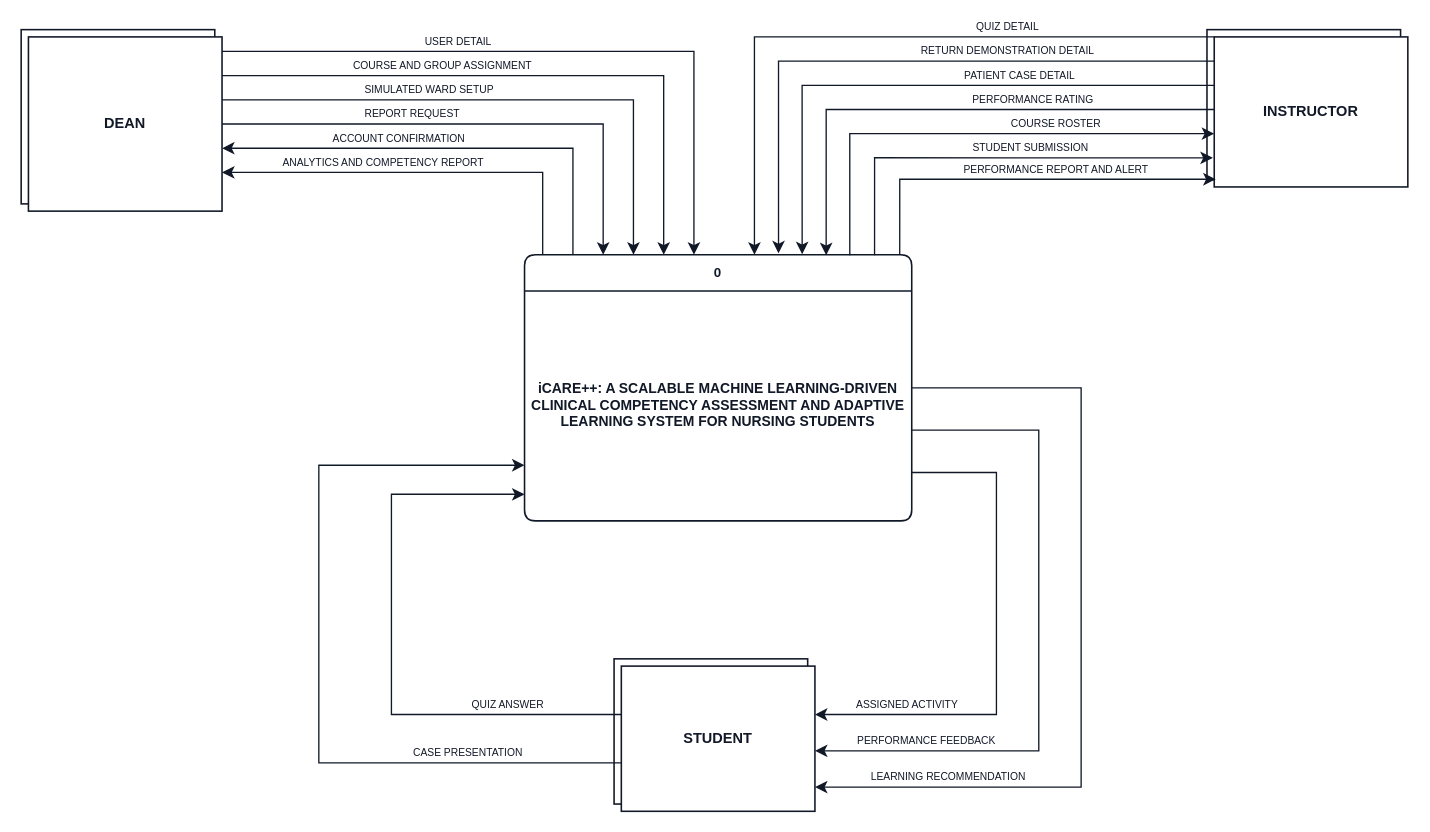
mdk-zero/icare keeps this draw.io diagram as docs/diagrams/context-diagram.drawio. Above is the earlier version. Source tidied: cells renumbered, new cells numbered last; positions are measured from the earlier drawing's top-left corner, leaving out a move shared by most shapes. Both pictures are drawn from the tidied source at 121%, with x=0, y=0 at pixel (21, 29).
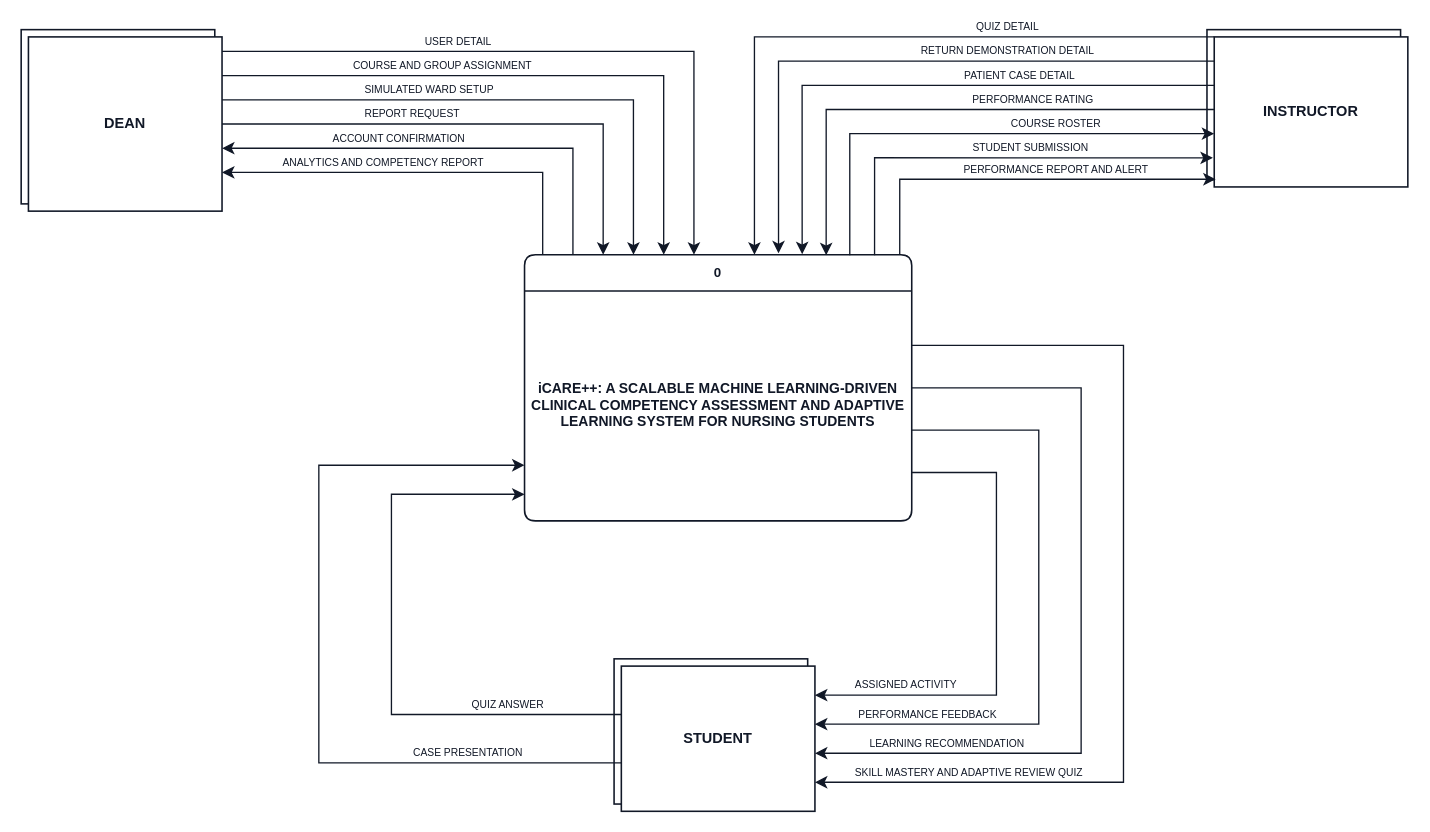
The same diagram, later.

The change refers to these unchanged cells:
```xml
<mxCell id="2" value="0" style="swimlane;rounded=1;arcSize=10;startSize=30;html=1;whiteSpace=wrap;fillColor=#ffffff;swimlaneFillColor=#ffffff;strokeColor=#111827;strokeWidth=1.3;fontSize=11;fontStyle=1;fontColor=#111827;fontFamily=Helvetica;" parent="1" vertex="1">
  <mxGeometry x="416" y="186" width="320" height="220" as="geometry" />
</mxCell>
<mxCell id="12" value="STUDENT" style="rounded=0;html=1;whiteSpace=wrap;fillColor=#ffffff;strokeColor=#111827;strokeWidth=1.3;fontFamily=Helvetica;fontSize=12;fontStyle=1;fontColor=#111827;" parent="10" vertex="1">
  <mxGeometry x="6" y="6" width="160" height="120" as="geometry" />
</mxCell>
```

The edit, as a diff of the source:
```diff
@@
+    <mxCell id="31" value="SKILL MASTERY AND ADAPTIVE REVIEW QUIZ" style="edgeStyle=orthogonalEdgeStyle;rounded=0;html=1;jumpStyle=arc;jumpSize=9;strokeColor=#111827;strokeWidth=1.1;endArrow=classic;endFill=1;endSize=7;fontSize=8.5;fontColor=#111827;labelBackgroundColor=#ffffff;fontFamily=Helvetica;exitX=1;exitY=0.3409;exitDx=0;exitDy=0;entryX=1;entryY=0.8;entryDx=0;entryDy=0;" parent="1" edge="1" source="2" target="12">
+      <mxGeometry x="0.68" relative="1" as="geometry">
+        <Array as="points">
+          <mxPoint x="911" y="261" />
+          <mxPoint x="911" y="622" />
+        </Array>
+        <mxPoint y="-8" as="offset" />
+      </mxGeometry>
+    </mxCell>
-    <mxCell id="26" value="LEARNING RECOMMENDATION" style="edgeStyle=orthogonalEdgeStyle;rounded=0;html=1;jumpStyle=arc;jumpSize=9;strokeColor=#111827;strokeWidth=1.1;endArrow=classic;endFill=1;endSize=7;fontSize=8.5;fontColor=#111827;labelBackgroundColor=#ffffff;fontFamily=Helvetica;exitX=1;exitY=0.5;exitDx=0;exitDy=0;entryX=1;entryY=0.8333;entryDx=0;entryDy=0;" parent="1" edge="1" source="2" target="12">
-      <mxGeometry x="0.68" relative="1" as="geometry">
+    <mxCell id="26" value="LEARNING RECOMMENDATION" style="edgeStyle=orthogonalEdgeStyle;rounded=0;html=1;jumpStyle=arc;jumpSize=9;strokeColor=#111827;strokeWidth=1.1;endArrow=classic;endFill=1;endSize=7;fontSize=8.5;fontColor=#111827;labelBackgroundColor=#ffffff;fontFamily=Helvetica;exitX=1;exitY=0.5;exitDx=0;exitDy=0;entryX=1;entryY=0.6;entryDx=0;entryDy=0;" parent="1" edge="1" source="2" target="12">
+      <mxGeometry x="0.67" relative="1" as="geometry">
         <Array as="points">
           <mxPoint x="876" y="296" />
-          <mxPoint x="876" y="626" />
+          <mxPoint x="876" y="598" />
         </Array>
         <mxPoint y="-8" as="offset" />
       </mxGeometry>
     </mxCell>
-    <mxCell id="27" value="PERFORMANCE FEEDBACK" style="edgeStyle=orthogonalEdgeStyle;rounded=0;html=1;jumpStyle=arc;jumpSize=9;strokeColor=#111827;strokeWidth=1.1;endArrow=classic;endFill=1;endSize=7;fontSize=8.5;fontColor=#111827;labelBackgroundColor=#ffffff;fontFamily=Helvetica;exitX=1;exitY=0.6591;exitDx=0;exitDy=0;entryX=1;entryY=0.5833;entryDx=0;entryDy=0;" parent="1" edge="1" source="2" target="12">
-      <mxGeometry x="0.67" relative="1" as="geometry">
+    <mxCell id="27" value="PERFORMANCE FEEDBACK" style="edgeStyle=orthogonalEdgeStyle;rounded=0;html=1;jumpStyle=arc;jumpSize=9;strokeColor=#111827;strokeWidth=1.1;endArrow=classic;endFill=1;endSize=7;fontSize=8.5;fontColor=#111827;labelBackgroundColor=#ffffff;fontFamily=Helvetica;exitX=1;exitY=0.6591;exitDx=0;exitDy=0;entryX=1;entryY=0.4;entryDx=0;entryDy=0;" parent="1" edge="1" source="2" target="12">
+      <mxGeometry x="0.65" relative="1" as="geometry">
         <Array as="points">
           <mxPoint x="841" y="331" />
-          <mxPoint x="841" y="596" />
+          <mxPoint x="841" y="574" />
         </Array>
         <mxPoint y="-8" as="offset" />
       </mxGeometry>
     </mxCell>
-    <mxCell id="28" value="ASSIGNED ACTIVITY" style="edgeStyle=orthogonalEdgeStyle;rounded=0;html=1;jumpStyle=arc;jumpSize=9;strokeColor=#111827;strokeWidth=1.1;endArrow=classic;endFill=1;endSize=7;fontSize=8.5;fontColor=#111827;labelBackgroundColor=#ffffff;fontFamily=Helvetica;exitX=1;exitY=0.8182;exitDx=0;exitDy=0;entryX=1;entryY=0.3333;entryDx=0;entryDy=0;" parent="1" edge="1" source="2" target="12">
-      <mxGeometry x="0.64" relative="1" as="geometry">
+    <mxCell id="28" value="ASSIGNED ACTIVITY" style="edgeStyle=orthogonalEdgeStyle;rounded=0;html=1;jumpStyle=arc;jumpSize=9;strokeColor=#111827;strokeWidth=1.1;endArrow=classic;endFill=1;endSize=7;fontSize=8.5;fontColor=#111827;labelBackgroundColor=#ffffff;fontFamily=Helvetica;exitX=1;exitY=0.8182;exitDx=0;exitDy=0;entryX=1;entryY=0.2;entryDx=0;entryDy=0;" parent="1" edge="1" source="2" target="12">
+      <mxGeometry x="0.63" relative="1" as="geometry">
         <Array as="points">
           <mxPoint x="806" y="366" />
-          <mxPoint x="806" y="566" />
+          <mxPoint x="806" y="550" />
         </Array>
         <mxPoint y="-8" as="offset" />
       </mxGeometry>
     </mxCell>
```
